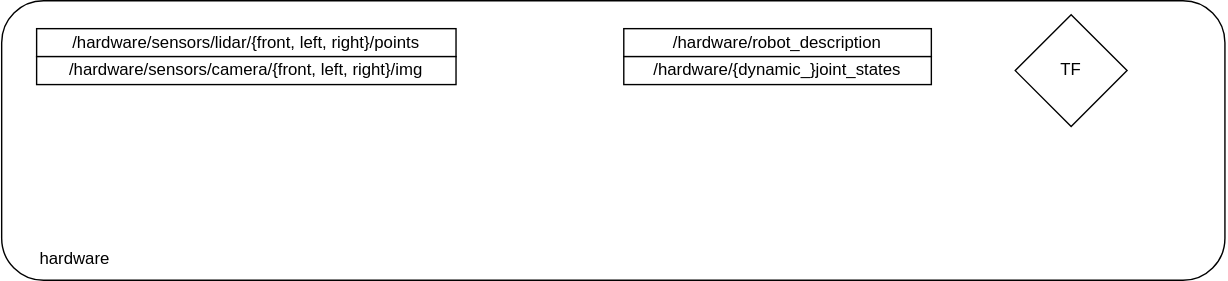
The draw.io diagram design/architecture.drawio.svg in alistair-english/driverless-racer, before a commit. Source tidied: cells renumbered, new cells last; positions are measured from the earlier drawing's top-left corner, leaving out a move shared by most shapes.
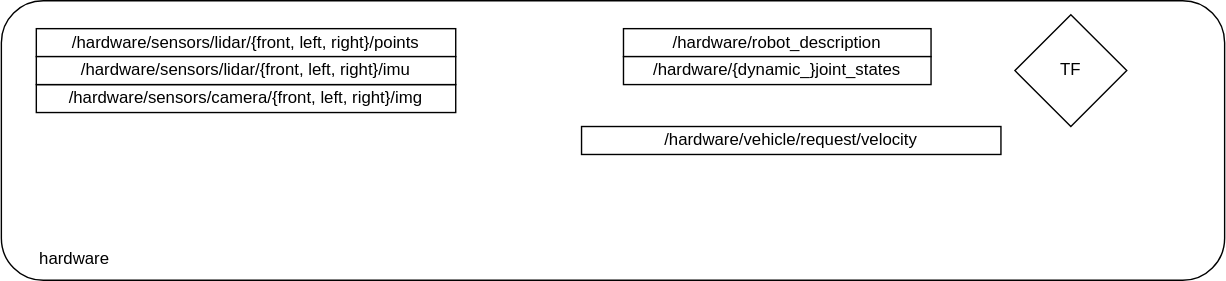
After the change.

Change to the diagram source:
```diff
@@ -12,7 +12,7 @@
       <mxGeometry x="25" y="20" width="300" height="20" as="geometry" />
     </mxCell>
     <mxCell id="5" value="/hardware/sensors/camera/{front, left, right}/img" style="rounded=0;whiteSpace=wrap;html=1;" parent="1" vertex="1">
-      <mxGeometry x="25" y="40" width="300" height="20" as="geometry" />
+      <mxGeometry x="25" y="60" width="300" height="20" as="geometry" />
     </mxCell>
     <mxCell id="6" value="/hardware/robot_description" style="rounded=0;whiteSpace=wrap;html=1;" parent="1" vertex="1">
       <mxGeometry x="445" y="20" width="220" height="20" as="geometry" />
@@ -23,5 +23,11 @@
     <mxCell id="8" value="TF" style="rhombus;whiteSpace=wrap;html=1;" parent="1" vertex="1">
       <mxGeometry x="725" y="10" width="80" height="80" as="geometry" />
     </mxCell>
+    <mxCell id="9" value="/hardware/sensors/lidar/{front, left, right}/imu" style="rounded=0;whiteSpace=wrap;html=1;" parent="1" vertex="1">
+      <mxGeometry x="25" y="40" width="300" height="20" as="geometry" />
+    </mxCell>
+    <mxCell id="10" value="/hardware/vehicle/request/velocity" style="rounded=0;whiteSpace=wrap;html=1;" parent="1" vertex="1">
+      <mxGeometry x="415" y="90" width="300" height="20" as="geometry" />
+    </mxCell>
   </root>
 </mxGraphModel>
```
